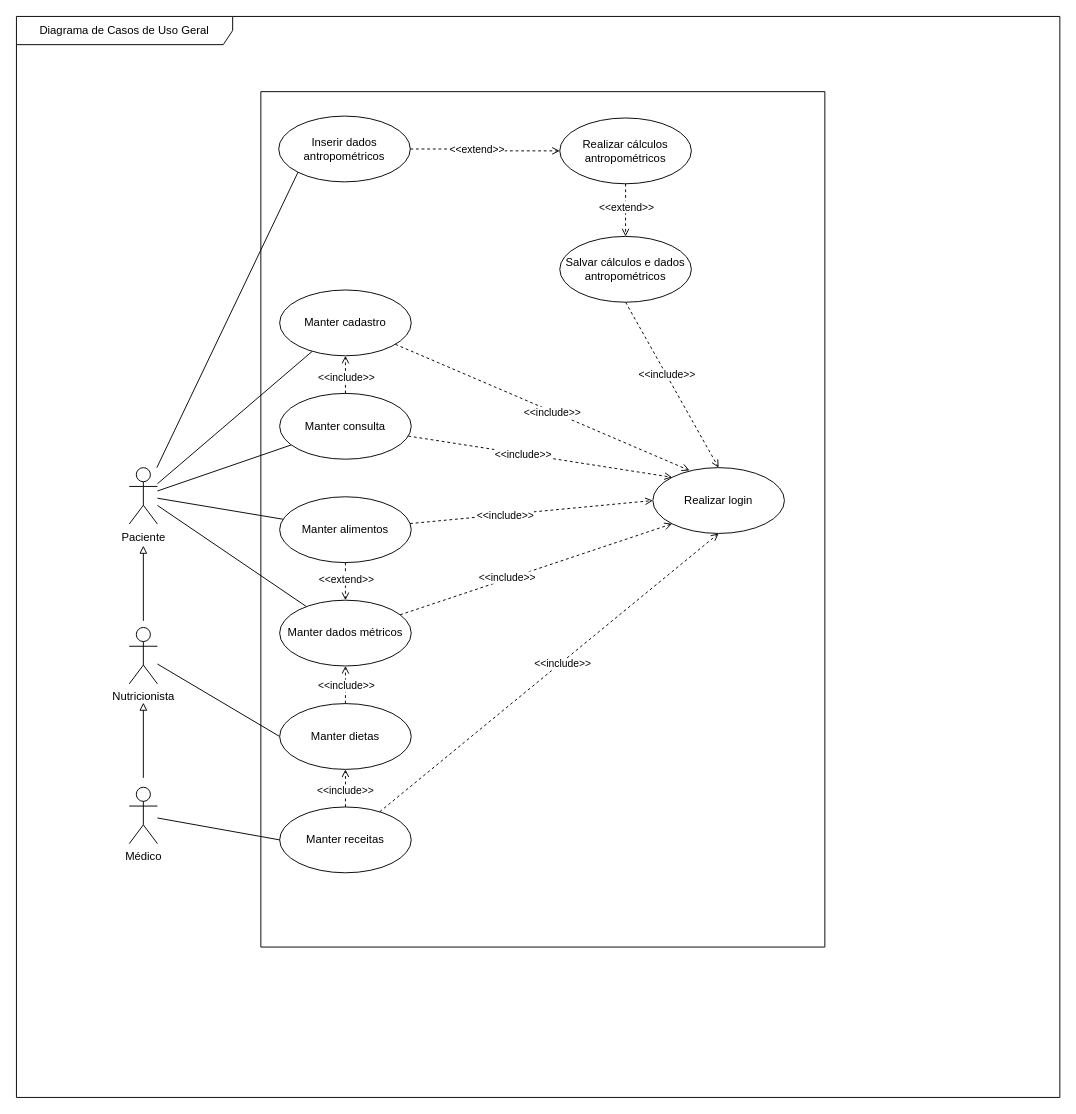
Before: diagrama_de_casos_de_uso_geral.drawio in ProjetoDelimeterSite/DelimeterDocumantacao, a draw.io diagram. Source tidied: cells renumbered, new cells numbered last; positions are measured from the earlier drawing's top-left corner, leaving out a move shared by most shapes. Both pictures are drawn from the tidied source at 94%, with x=0, y=0 at pixel (16, 16).
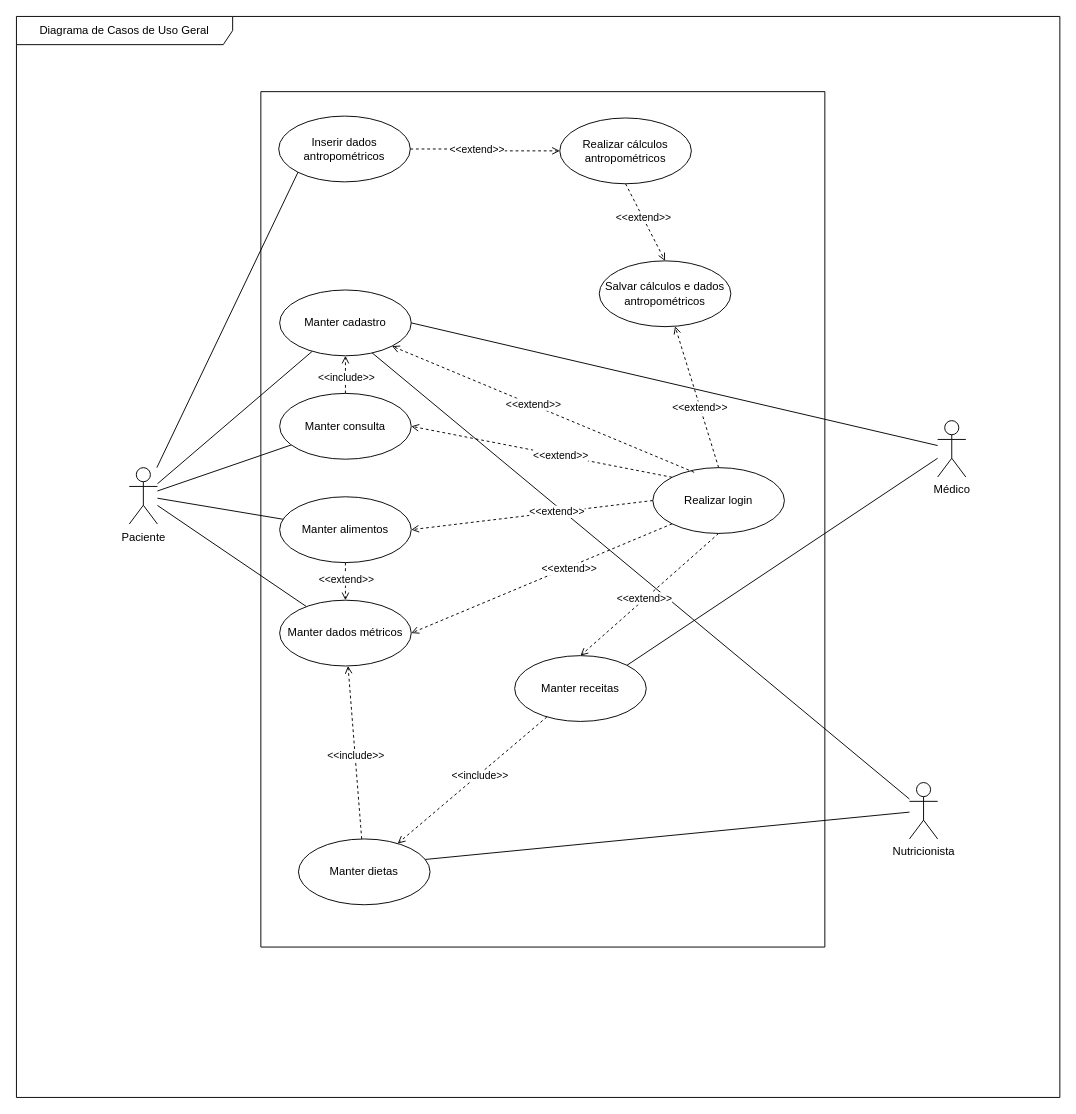
Above is the later version.

Unchanged cells that the change refers to:
```xml
<mxCell id="14" style="swimlane;startSize=0;" parent="1" vertex="1">
  <mxGeometry x="260" y="80" width="600" height="910" as="geometry" />
</mxCell>
<mxCell id="15" value="Manter cadastro" style="ellipse;whiteSpace=wrap;html=1;" parent="14" vertex="1">
  <mxGeometry x="20" y="211" width="140" height="70" as="geometry" />
</mxCell>
<mxCell id="16" value="Manter consulta" style="ellipse;whiteSpace=wrap;html=1;" parent="14" vertex="1">
  <mxGeometry x="20" y="321" width="140" height="70" as="geometry" />
</mxCell>
<mxCell id="19" value="Manter alimentos" style="ellipse;whiteSpace=wrap;html=1;" parent="14" vertex="1">
  <mxGeometry x="20" y="431" width="140" height="70" as="geometry" />
</mxCell>
<mxCell id="20" value="Manter dados métricos" style="ellipse;whiteSpace=wrap;html=1;" parent="14" vertex="1">
  <mxGeometry x="20" y="541" width="140" height="70" as="geometry" />
</mxCell>
<mxCell id="29" value="Realizar login" style="ellipse;whiteSpace=wrap;html=1;" parent="14" vertex="1">
  <mxGeometry x="417" y="400" width="140" height="70" as="geometry" />
</mxCell>
<mxCell id="41" value="Realizar cálculos antropométricos" style="ellipse;whiteSpace=wrap;html=1;" parent="14" vertex="1">
  <mxGeometry x="318" y="28" width="140" height="70" as="geometry" />
</mxCell>
```

What changed in the source:
```diff
@@
+    <mxCell id="50" style="rounded=0;jettySize=auto;html=1;entryX=0.698;entryY=0.948;entryDx=0;entryDy=0;endArrow=none;endFill=0;entryPerimeter=0;" parent="1" edge="1" source="9" target="15">
+      <mxGeometry relative="1" as="geometry" />
+    </mxCell>
     <mxCell id="9" value="Nutricionista" style="shape=umlActor;verticalLabelPosition=bottom;verticalAlign=top;html=1;" parent="1" vertex="1">
-      <mxGeometry x="120" y="650" width="30" height="60" as="geometry" />
+      <mxGeometry x="950" y="815" width="30" height="60" as="geometry" />
     </mxCell>
-    <mxCell id="10" style="rounded=0;jettySize=auto;html=1;entryX=0;entryY=0.5;entryDx=0;entryDy=0;endArrow=none;startFill=0;" parent="1" edge="1" source="12" target="26">
+    <mxCell id="10" style="rounded=0;jettySize=auto;html=1;entryX=1;entryY=0;entryDx=0;entryDy=0;endArrow=none;startFill=0;" parent="1" edge="1" source="12" target="26">
       <mxGeometry relative="1" as="geometry" />
     </mxCell>
-    <mxCell id="11" style="edgeStyle=orthogonalEdgeStyle;rounded=0;orthogonalLoop=1;jettySize=auto;html=1;endArrow=block;endFill=0;" parent="1" edge="1">
-      <mxGeometry relative="1" as="geometry">
-        <mxPoint x="135" y="810" as="sourcePoint" />
-        <mxPoint x="135" y="730" as="targetPoint" />
-      </mxGeometry>
-    </mxCell>
     <mxCell id="12" value="Médico" style="shape=umlActor;verticalLabelPosition=bottom;verticalAlign=top;html=1;" parent="1" vertex="1">
-      <mxGeometry x="120" y="820" width="30" height="60" as="geometry" />
+      <mxGeometry x="980" y="430" width="30" height="60" as="geometry" />
     </mxCell>
@@
     <mxCell id="23" value="Manter dietas" style="ellipse;whiteSpace=wrap;html=1;" parent="14" vertex="1">
-      <mxGeometry x="20" y="651" width="140" height="70" as="geometry" />
+      <mxGeometry x="40" y="795" width="140" height="70" as="geometry" />
     </mxCell>
-    <mxCell id="24" style="edgeStyle=orthogonalEdgeStyle;rounded=0;jettySize=auto;html=1;endArrow=open;endFill=0;dashed=1;" parent="14" edge="1" source="23" target="20">
+    <mxCell id="24" style="rounded=0;jettySize=auto;html=1;endArrow=open;endFill=0;dashed=1;" parent="14" edge="1" source="23" target="20">
       <mxGeometry relative="1" as="geometry" />
     </mxCell>
@@
     <mxCell id="26" value="Manter receitas" style="ellipse;whiteSpace=wrap;html=1;" parent="14" vertex="1">
-      <mxGeometry x="20" y="761" width="140" height="70" as="geometry" />
+      <mxGeometry x="270" y="600" width="140" height="70" as="geometry" />
     </mxCell>
-    <mxCell id="27" style="edgeStyle=orthogonalEdgeStyle;rounded=0;jettySize=auto;html=1;endArrow=open;endFill=0;dashed=1;" parent="14" edge="1" source="26" target="23">
+    <mxCell id="27" style="rounded=0;jettySize=auto;html=1;endArrow=open;endFill=0;dashed=1;" parent="14" edge="1" source="26" target="23">
       <mxGeometry relative="1" as="geometry" />
     </mxCell>
@@
-    <mxCell id="30" style="rounded=0;jettySize=auto;html=1;entryX=0;entryY=0.5;entryDx=0;entryDy=0;dashed=1;endArrow=open;endFill=0;" parent="14" edge="1" source="19" target="29">
+    <mxCell id="30" style="rounded=0;jettySize=auto;html=1;entryX=1;entryY=0.5;entryDx=0;entryDy=0;dashed=1;endArrow=open;endFill=0;exitX=0;exitY=0.5;exitDx=0;exitDy=0;" parent="14" edge="1" source="29" target="19">
       <mxGeometry relative="1" as="geometry" />
     </mxCell>
-    <mxCell id="31" value="&amp;lt;&amp;lt;include&amp;gt;&amp;gt;" style="edgeLabel;html=1;align=center;verticalAlign=middle;" parent="30" vertex="1">
+    <mxCell id="31" value="&amp;lt;&amp;lt;extend&amp;gt;&amp;gt;" style="edgeLabel;html=1;align=center;verticalAlign=middle;" parent="30" vertex="1">
       <mxGeometry x="-0.21" y="-1" relative="1" as="geometry">
         <mxPoint x="-1" as="offset" />
       </mxGeometry>
     </mxCell>
-    <mxCell id="32" style="rounded=0;jettySize=auto;html=1;entryX=0.5;entryY=1;entryDx=0;entryDy=0;dashed=1;endArrow=open;endFill=0;" parent="14" edge="1" source="26" target="29">
+    <mxCell id="32" style="rounded=0;jettySize=auto;html=1;entryX=0.5;entryY=0;entryDx=0;entryDy=0;dashed=1;endArrow=open;endFill=0;exitX=0.5;exitY=1;exitDx=0;exitDy=0;" parent="14" edge="1" source="29" target="26">
       <mxGeometry relative="1" as="geometry" />
     </mxCell>
-    <mxCell id="33" value="&amp;lt;&amp;lt;include&amp;gt;&amp;gt;" style="edgeLabel;html=1;align=center;verticalAlign=middle;" parent="32" vertex="1">
+    <mxCell id="33" value="&amp;lt;&amp;lt;extend&amp;gt;&amp;gt;" style="edgeLabel;html=1;align=center;verticalAlign=middle;" parent="32" vertex="1">
       <mxGeometry x="0.07" y="-2" relative="1" as="geometry" />
     </mxCell>
-    <mxCell id="34" style="rounded=0;jettySize=auto;html=1;entryX=0;entryY=1;entryDx=0;entryDy=0;dashed=1;endArrow=open;endFill=0;" parent="14" edge="1" source="20" target="29">
+    <mxCell id="34" style="rounded=0;jettySize=auto;html=1;entryX=1;entryY=0.5;entryDx=0;entryDy=0;dashed=1;endArrow=open;endFill=0;exitX=0;exitY=1;exitDx=0;exitDy=0;" parent="14" edge="1" source="29" target="20">
       <mxGeometry relative="1" as="geometry" />
     </mxCell>
-    <mxCell id="35" value="&amp;lt;&amp;lt;include&amp;gt;&amp;gt;" style="edgeLabel;html=1;align=center;verticalAlign=middle;" parent="34" vertex="1">
+    <mxCell id="35" value="&amp;lt;&amp;lt;extend&amp;gt;&amp;gt;" style="edgeLabel;html=1;align=center;verticalAlign=middle;" parent="34" vertex="1">
       <mxGeometry x="-0.21" y="2" relative="1" as="geometry">
         <mxPoint x="-1" as="offset" />
       </mxGeometry>
     </mxCell>
-    <mxCell id="36" style="rounded=0;jettySize=auto;html=1;entryX=0;entryY=0;entryDx=0;entryDy=0;dashed=1;endArrow=open;endFill=0;" parent="14" edge="1" source="16" target="29">
+    <mxCell id="36" style="rounded=0;jettySize=auto;html=1;entryX=1;entryY=0.5;entryDx=0;entryDy=0;dashed=1;endArrow=open;endFill=0;exitX=0;exitY=0;exitDx=0;exitDy=0;" parent="14" edge="1" source="29" target="16">
       <mxGeometry relative="1" as="geometry" />
     </mxCell>
-    <mxCell id="37" value="&amp;lt;&amp;lt;include&amp;gt;&amp;gt;" style="edgeLabel;html=1;align=center;verticalAlign=middle;" parent="36" vertex="1">
+    <mxCell id="37" value="&amp;lt;&amp;lt;extend&amp;gt;&amp;gt;" style="edgeLabel;html=1;align=center;verticalAlign=middle;" parent="36" vertex="1">
       <mxGeometry x="-0.14" relative="1" as="geometry">
         <mxPoint x="1" as="offset" />
       </mxGeometry>
     </mxCell>
-    <mxCell id="38" style="rounded=0;jettySize=auto;html=1;entryX=0.279;entryY=0.043;entryDx=0;entryDy=0;endArrow=open;endFill=0;dashed=1;entryPerimeter=0;" parent="14" edge="1" source="15" target="29">
+    <mxCell id="38" style="rounded=0;jettySize=auto;html=1;entryX=1;entryY=1;entryDx=0;entryDy=0;endArrow=open;endFill=0;dashed=1;exitX=0.314;exitY=0.071;exitDx=0;exitDy=0;exitPerimeter=0;" parent="14" edge="1" source="29" target="15">
       <mxGeometry relative="1" as="geometry" />
     </mxCell>
-    <mxCell id="39" value="&amp;lt;&amp;lt;include&amp;gt;&amp;gt;" style="edgeLabel;html=1;align=center;verticalAlign=middle;" parent="38" vertex="1">
+    <mxCell id="39" value="&amp;lt;&amp;lt;extend&amp;gt;&amp;gt;" style="edgeLabel;html=1;align=center;verticalAlign=middle;" parent="38" vertex="1">
       <mxGeometry x="0.07" y="-1" relative="1" as="geometry" />
     </mxCell>
@@
     <mxCell id="44" value="Salvar cálculos e dados antropométricos" style="ellipse;whiteSpace=wrap;html=1;" parent="14" vertex="1">
-      <mxGeometry x="318" y="154" width="140" height="70" as="geometry" />
+      <mxGeometry x="360" y="180" width="140" height="70" as="geometry" />
     </mxCell>
-    <mxCell id="45" style="edgeStyle=orthogonalEdgeStyle;rounded=0;jettySize=auto;html=1;dashed=1;endArrow=open;endFill=0;entryX=0.5;entryY=0;entryDx=0;entryDy=0;exitX=0.5;exitY=1;exitDx=0;exitDy=0;" parent="14" edge="1" source="41" target="44">
+    <mxCell id="45" style="rounded=0;jettySize=auto;html=1;dashed=1;endArrow=open;endFill=0;entryX=0.5;entryY=0;entryDx=0;entryDy=0;exitX=0.5;exitY=1;exitDx=0;exitDy=0;" parent="14" edge="1" source="41" target="44">
       <mxGeometry relative="1" as="geometry" />
     </mxCell>
@@
-    <mxCell id="47" style="rounded=0;jettySize=auto;html=1;dashed=1;endArrow=open;endFill=0;exitX=0.5;exitY=1;exitDx=0;exitDy=0;entryX=0.5;entryY=0;entryDx=0;entryDy=0;" parent="14" edge="1" source="44" target="29">
+    <mxCell id="47" style="rounded=0;jettySize=auto;html=1;dashed=1;endArrow=open;endFill=0;exitX=0.5;exitY=0;exitDx=0;exitDy=0;" parent="14" edge="1" source="29" target="44">
       <mxGeometry relative="1" as="geometry" />
     </mxCell>
-    <mxCell id="48" value="&amp;lt;&amp;lt;include&lt;span style=&quot;background-color: light-dark(#ffffff, var(--ge-dark-color, #121212)); color: light-dark(rgb(0, 0, 0), rgb(255, 255, 255));&quot;&gt;&amp;gt;&amp;gt;&lt;/span&gt;" style="edgeLabel;html=1;align=center;verticalAlign=middle;" parent="47" vertex="1">
+    <mxCell id="48" value="&amp;lt;&amp;lt;extend&lt;span style=&quot;background-color: light-dark(#ffffff, var(--ge-dark-color, #121212)); color: light-dark(rgb(0, 0, 0), rgb(255, 255, 255));&quot;&gt;&amp;gt;&amp;gt;&lt;/span&gt;" style="edgeLabel;html=1;align=center;verticalAlign=middle;" parent="47" vertex="1">
       <mxGeometry x="-0.13" relative="1" as="geometry" />
     </mxCell>
-    <mxCell id="49" style="edgeStyle=orthogonalEdgeStyle;rounded=0;orthogonalLoop=1;jettySize=auto;html=1;endArrow=block;endFill=0;" parent="1" edge="1">
-      <mxGeometry relative="1" as="geometry">
-        <mxPoint x="135" y="643" as="sourcePoint" />
-        <mxPoint x="135" y="563" as="targetPoint" />
-      </mxGeometry>
-    </mxCell>
+    <mxCell id="51" style="rounded=0;jettySize=auto;html=1;entryX=1;entryY=0.5;entryDx=0;entryDy=0;endArrow=none;endFill=0;" parent="1" edge="1" source="12" target="15">
+      <mxGeometry relative="1" as="geometry" />
+    </mxCell>
```
